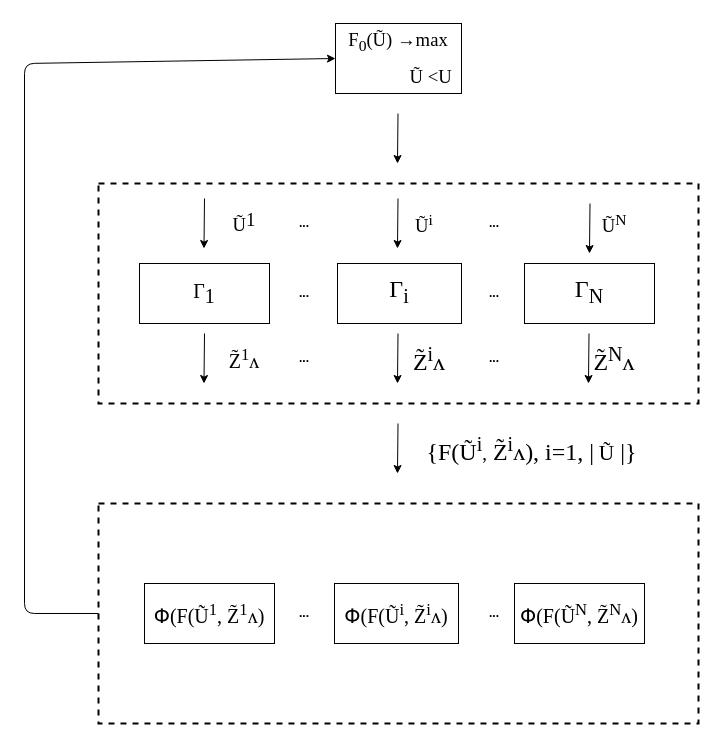
The draw.io diagram Untitled Diagram.drawio in YakutinAndrey/GitStudy, before the edit. Source tidied: cells renumbered, new cells numbered last; positions are measured from the earlier drawing's top-left corner, leaving out a move shared by most shapes. Both pictures are drawn from the tidied source at 100%, with x=0, y=0 at pixel (24, 23).
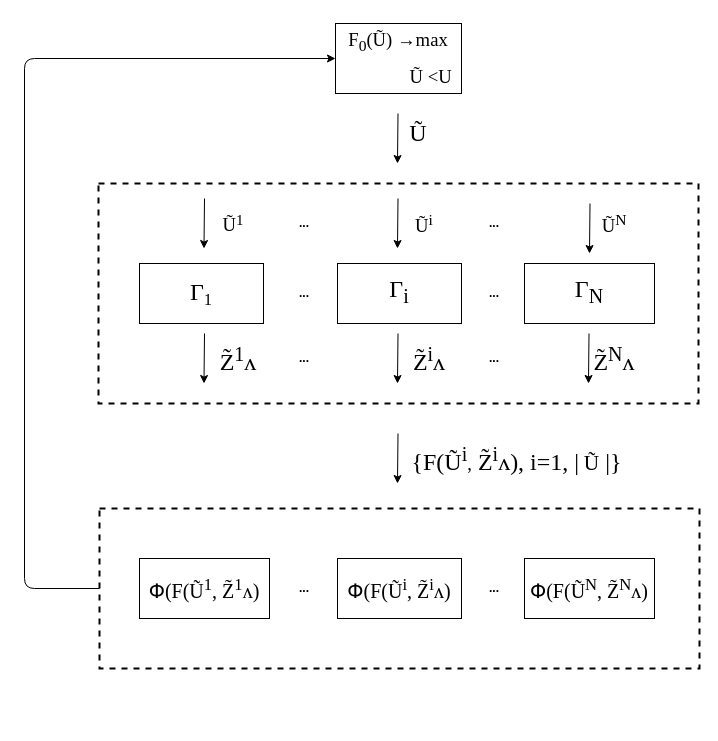
After the change.

The change refers to these unchanged cells:
```xml
<mxCell id="2" value="&lt;p class=&quot;MsoNormal&quot;&gt;&lt;span lang=&quot;EN-US&quot; style=&quot;font-size: 14.0pt ; line-height: 107% ; font-family: &amp;#34;times new roman&amp;#34; , serif&quot;&gt;F&lt;sub&gt;0&lt;/sub&gt;(Ũ) →max&lt;/span&gt;&lt;/p&gt;&lt;p class=&quot;MsoNormal&quot;&gt;&lt;span lang=&quot;EN-US&quot; style=&quot;font-size: 14.0pt ; line-height: 107% ; font-family: &amp;#34;times new roman&amp;#34; , serif&quot;&gt;&lt;/span&gt;&lt;/p&gt;&lt;p class=&quot;MsoNormal&quot;&gt;&lt;span lang=&quot;EN-US&quot; style=&quot;font-size: 14.0pt ; line-height: 107% ; font-family: &amp;#34;times new roman&amp;#34; , serif&quot;&gt;&amp;nbsp; &amp;nbsp; &amp;nbsp; &amp;nbsp; &amp;nbsp; &amp;nbsp; &amp;nbsp; Ũ &amp;lt;U&lt;/span&gt;&lt;/p&gt;" style="rounded=0;whiteSpace=wrap;html=1;align=center;" parent="1" vertex="1">
  <mxGeometry x="311" width="126" height="70" as="geometry" />
</mxCell>
```

Change to the diagram source:
```diff
@@
-    <mxCell id="4" value="&lt;p class=&quot;MsoNormal&quot; style=&quot;font-size: 20px&quot;&gt;&lt;span lang=&quot;EN-US&quot; style=&quot;line-height: 107% ; font-family: &amp;#34;times new roman&amp;#34; , serif&quot;&gt;Γ&lt;/span&gt;&lt;sub&gt;&lt;span style=&quot;font-size: 20px ; line-height: 107% ; font-family: &amp;#34;times new roman&amp;#34; , serif&quot;&gt;1&lt;/span&gt;&lt;/sub&gt;&lt;/p&gt;" style="rounded=0;whiteSpace=wrap;html=1;" parent="1" vertex="1">
-      <mxGeometry x="115" y="240" width="130" height="60" as="geometry" />
-    </mxCell>
@@
-    <mxCell id="8" value="&lt;p class=&quot;MsoNormal&quot;&gt;&lt;span lang=&quot;EN-US&quot; style=&quot;font-size: 14.0pt ; line-height: 107% ; font-family: &amp;#34;times new roman&amp;#34; , serif&quot;&gt;Ũ&lt;/span&gt;&lt;sup&gt;&lt;span style=&quot;font-size: 14.0pt ; line-height: 107% ; font-family: &amp;#34;times new roman&amp;#34; , serif&quot;&gt;1&lt;/span&gt;&lt;/sup&gt;&lt;span style=&quot;font-size: 18.0pt ; line-height: 107% ; font-family: &amp;#34;times new roman&amp;#34; , serif&quot;&gt;&lt;/span&gt;&lt;/p&gt;" style="text;html=1;strokeColor=none;fillColor=none;align=center;verticalAlign=middle;whiteSpace=wrap;rounded=0;" parent="1" vertex="1">
-      <mxGeometry x="200" y="190" width="40" height="20" as="geometry" />
-    </mxCell>
-    <mxCell id="9" value="&lt;span lang=&quot;EN-US&quot; style=&quot;font-size: 20px ; line-height: 107% ; font-family: &amp;#34;times new roman&amp;#34; , serif&quot;&gt;Z̃&lt;sup&gt;1&lt;/sup&gt;ʌ&lt;/span&gt;" style="text;html=1;strokeColor=none;fillColor=none;align=center;verticalAlign=middle;whiteSpace=wrap;rounded=0;" parent="1" vertex="1">
-      <mxGeometry x="195" y="320" width="50" height="30" as="geometry" />
+    <mxCell id="9" value="&lt;span lang=&quot;EN-US&quot; style=&quot;font-size: 24px ; line-height: 107% ; font-family: &amp;#34;times new roman&amp;#34; , serif&quot;&gt;Z̃&lt;sup&gt;1&lt;/sup&gt;ʌ&lt;/span&gt;" style="text;html=1;strokeColor=none;fillColor=none;align=center;verticalAlign=middle;whiteSpace=wrap;rounded=0;" parent="1" vertex="1">
+      <mxGeometry x="189" y="320" width="50" height="30" as="geometry" />
     </mxCell>
@@
     <mxCell id="26" style="endArrow=classic;html=1;" parent="1" edge="1">
       <mxGeometry relative="1" as="geometry">
-        <mxPoint x="373.5" y="400" as="sourcePoint" />
-        <mxPoint x="373" y="450" as="targetPoint" />
+        <mxPoint x="373.5" y="410" as="sourcePoint" />
+        <mxPoint x="373" y="460" as="targetPoint" />
       </mxGeometry>
     </mxCell>
     <mxCell id="27" style="rounded=0;whiteSpace=wrap;html=1;dashed=1;strokeWidth=2;" parent="1" vertex="1">
-      <mxGeometry x="74" y="480" width="600" height="220" as="geometry" />
+      <mxGeometry x="75" y="485" width="600" height="160" as="geometry" />
     </mxCell>
     <mxCell id="28" value="&lt;p class=&quot;MsoNormal&quot;&gt;&lt;span lang=&quot;EN-US&quot; style=&quot;font-size: 18.0pt ; line-height: 107% ; font-family: &amp;#34;times new roman&amp;#34; , serif&quot;&gt;{F(Ũ&lt;sup&gt;i&lt;/sup&gt;&lt;/span&gt;&lt;span lang=&quot;EN-US&quot; style=&quot;font-size: 14.0pt ; line-height: 107% ; font-family: &amp;#34;times new roman&amp;#34; , serif&quot;&gt;,&lt;/span&gt;&lt;span lang=&quot;EN-US&quot; style=&quot;font-size: 18.0pt ; line-height: 107% ; font-family: &amp;#34;times new roman&amp;#34; , serif&quot;&gt; Z̃&lt;sup&gt;i&lt;/sup&gt;ʌ), i=1, |&lt;/span&gt;&lt;span lang=&quot;EN-US&quot; style=&quot;font-size: 14.0pt ; line-height: 107% ; font-family: &amp;#34;times new roman&amp;#34; , serif&quot;&gt; &lt;/span&gt;&lt;span lang=&quot;EN-US&quot; style=&quot;font-size: 16.0pt ; line-height: 107% ; font-family: &amp;#34;times new roman&amp;#34; , serif&quot;&gt;Ũ&lt;/span&gt;&lt;span lang=&quot;EN-US&quot; style=&quot;font-size: 18.0pt ; line-height: 107% ; font-family: &amp;#34;times new roman&amp;#34; , serif&quot;&gt; |}&lt;/span&gt;&lt;/p&gt;" style="text;html=1;strokeColor=none;fillColor=none;align=center;verticalAlign=middle;whiteSpace=wrap;rounded=0;" parent="1" vertex="1">
-      <mxGeometry x="365" y="390" width="285" height="70" as="geometry" />
+      <mxGeometry x="380" y="400" width="225" height="70" as="geometry" />
     </mxCell>
     <mxCell id="29" value="&lt;p class=&quot;MsoNormal&quot; style=&quot;font-size: 20px&quot;&gt;&lt;span style=&quot;line-height: 107% ; font-family: &amp;#34;times new roman&amp;#34; , serif&quot;&gt;Փ&lt;/span&gt;&lt;span lang=&quot;EN-US&quot; style=&quot;line-height: 107% ; font-family: &amp;#34;times new roman&amp;#34; , serif&quot;&gt;(F(&lt;/span&gt;&lt;span lang=&quot;EN-US&quot; style=&quot;line-height: 107% ; font-family: &amp;#34;times new roman&amp;#34; , serif&quot;&gt;Ũ&lt;sup&gt;1&lt;/sup&gt;&lt;/span&gt;&lt;span lang=&quot;EN-US&quot; style=&quot;line-height: 107% ; font-family: &amp;#34;times new roman&amp;#34; , serif&quot;&gt;,&amp;nbsp;&lt;/span&gt;&lt;span lang=&quot;EN-US&quot; style=&quot;line-height: 107% ; font-family: &amp;#34;times new roman&amp;#34; , serif&quot;&gt;Z̃&lt;sup&gt;1&lt;/sup&gt;ʌ)&lt;/span&gt;&lt;/p&gt;" style="rounded=0;whiteSpace=wrap;html=1;" parent="1" vertex="1">
-      <mxGeometry x="120" y="560" width="130" height="60" as="geometry" />
+      <mxGeometry x="115" y="535" width="130" height="60" as="geometry" />
     </mxCell>
     <mxCell id="30" value="&lt;p class=&quot;MsoNormal&quot; style=&quot;font-size: 20px&quot;&gt;&lt;span style=&quot;line-height: 107% ; font-family: &amp;#34;times new roman&amp;#34; , serif&quot;&gt;Փ&lt;/span&gt;&lt;span lang=&quot;EN-US&quot; style=&quot;line-height: 107% ; font-family: &amp;#34;times new roman&amp;#34; , serif&quot;&gt;(F(&lt;/span&gt;&lt;span lang=&quot;EN-US&quot; style=&quot;line-height: 107% ; font-family: &amp;#34;times new roman&amp;#34; , serif&quot;&gt;Ũ&lt;sup&gt;i&lt;/sup&gt;&lt;/span&gt;&lt;span lang=&quot;EN-US&quot; style=&quot;line-height: 107% ; font-family: &amp;#34;times new roman&amp;#34; , serif&quot;&gt;,&amp;nbsp;&lt;/span&gt;&lt;span lang=&quot;EN-US&quot; style=&quot;line-height: 107% ; font-family: &amp;#34;times new roman&amp;#34; , serif&quot;&gt;Z̃&lt;sup&gt;i&lt;/sup&gt;ʌ)&lt;/span&gt;&lt;/p&gt;" style="rounded=0;whiteSpace=wrap;html=1;" parent="1" vertex="1">
-      <mxGeometry x="310" y="560" width="124" height="60" as="geometry" />
+      <mxGeometry x="313" y="535" width="124" height="60" as="geometry" />
     </mxCell>
     <mxCell id="31" value="&lt;p class=&quot;MsoNormal&quot; style=&quot;font-size: 20px&quot;&gt;&lt;span style=&quot;line-height: 107% ; font-family: &amp;#34;times new roman&amp;#34; , serif&quot;&gt;Փ&lt;/span&gt;&lt;span lang=&quot;EN-US&quot; style=&quot;line-height: 107% ; font-family: &amp;#34;times new roman&amp;#34; , serif&quot;&gt;(F(&lt;/span&gt;&lt;span lang=&quot;EN-US&quot; style=&quot;line-height: 107% ; font-family: &amp;#34;times new roman&amp;#34; , serif&quot;&gt;Ũ&lt;sup&gt;N&lt;/sup&gt;&lt;/span&gt;&lt;span lang=&quot;EN-US&quot; style=&quot;line-height: 107% ; font-family: &amp;#34;times new roman&amp;#34; , serif&quot;&gt;,&amp;nbsp;&lt;/span&gt;&lt;span lang=&quot;EN-US&quot; style=&quot;line-height: 107% ; font-family: &amp;#34;times new roman&amp;#34; , serif&quot;&gt;Z̃&lt;sup&gt;N&lt;/sup&gt;ʌ)&lt;/span&gt;&lt;/p&gt;" style="rounded=0;whiteSpace=wrap;html=1;" parent="1" vertex="1">
-      <mxGeometry x="490" y="560" width="130" height="60" as="geometry" />
+      <mxGeometry x="500" y="535" width="130" height="60" as="geometry" />
     </mxCell>
     <mxCell id="32" value="&lt;b&gt;...&lt;/b&gt;" style="text;html=1;strokeColor=none;fillColor=none;align=center;verticalAlign=middle;whiteSpace=wrap;rounded=0;" parent="1" vertex="1">
-      <mxGeometry x="450" y="580" width="40" height="20" as="geometry" />
+      <mxGeometry x="450" y="555" width="40" height="20" as="geometry" />
     </mxCell>
     <mxCell id="33" value="&lt;b&gt;...&lt;/b&gt;" style="text;html=1;strokeColor=none;fillColor=none;align=center;verticalAlign=middle;whiteSpace=wrap;rounded=0;" parent="1" vertex="1">
-      <mxGeometry x="260" y="580" width="40" height="20" as="geometry" />
+      <mxGeometry x="260" y="555" width="40" height="20" as="geometry" />
     </mxCell>
     <mxCell id="34" style="endArrow=classic;html=1;exitX=0;exitY=0.5;exitDx=0;exitDy=0;entryX=0;entryY=0.5;entryDx=0;entryDy=0;" parent="1" edge="1" source="27" target="2">
       <mxGeometry relative="1" as="geometry">
         <Array as="points">
-          <mxPoint y="590" />
-          <mxPoint y="40" />
+          <mxPoint y="565" />
+          <mxPoint y="35" />
         </Array>
       </mxGeometry>
     </mxCell>
+    <mxCell id="35" value="&lt;p class=&quot;MsoNormal&quot;&gt;&lt;span lang=&quot;EN-US&quot; style=&quot;line-height: 107% ; font-family: &amp;#34;times new roman&amp;#34; , serif&quot;&gt;&lt;font style=&quot;font-size: 24px&quot;&gt;Ũ&lt;/font&gt;&lt;/span&gt;&lt;span style=&quot;font-size: 18.0pt ; line-height: 107% ; font-family: &amp;#34;times new roman&amp;#34; , serif&quot;&gt;&lt;/span&gt;&lt;/p&gt;" style="text;html=1;strokeColor=none;fillColor=none;align=center;verticalAlign=middle;whiteSpace=wrap;rounded=0;" parent="1" vertex="1">
+      <mxGeometry x="374" y="100" width="40" height="20" as="geometry" />
+    </mxCell>
+    <mxCell id="4" value="&lt;p class=&quot;MsoNormal&quot;&gt;&lt;span style=&quot;font-family: &amp;#34;times new roman&amp;#34; , serif ; font-size: 24px&quot;&gt;Γ&lt;/span&gt;&lt;span style=&quot;font-family: &amp;#34;times new roman&amp;#34; , serif&quot;&gt;&lt;font style=&quot;font-size: 20px&quot;&gt;&lt;sub&gt;1&lt;/sub&gt;&lt;/font&gt;&lt;/span&gt;&lt;br&gt;&lt;/p&gt;" style="rounded=0;whiteSpace=wrap;html=1;" parent="1" vertex="1">
+      <mxGeometry x="115" y="240" width="124" height="60" as="geometry" />
+    </mxCell>
+    <mxCell id="8" value="&lt;p class=&quot;MsoNormal&quot;&gt;&lt;span lang=&quot;EN-US&quot; style=&quot;line-height: 107% ; font-family: &amp;#34;times new roman&amp;#34; , serif ; font-size: 14pt&quot;&gt;Ũ&lt;/span&gt;&lt;span lang=&quot;EN-US&quot; style=&quot;line-height: 107% ; font-family: &amp;#34;times new roman&amp;#34; , serif ; font-size: 15.5556px&quot;&gt;&lt;sup style=&quot;font-size: 15px&quot;&gt;1&lt;/sup&gt;&lt;/span&gt;&lt;span lang=&quot;EN-US&quot; style=&quot;font-size: 18.0pt ; line-height: 107% ; font-family: &amp;#34;times new roman&amp;#34; , serif&quot;&gt;&lt;/span&gt;&lt;/p&gt;" style="text;html=1;strokeColor=none;fillColor=none;align=center;verticalAlign=middle;whiteSpace=wrap;rounded=0;" parent="1" vertex="1">
+      <mxGeometry x="189" y="190" width="40" height="20" as="geometry" />
+    </mxCell>
```
